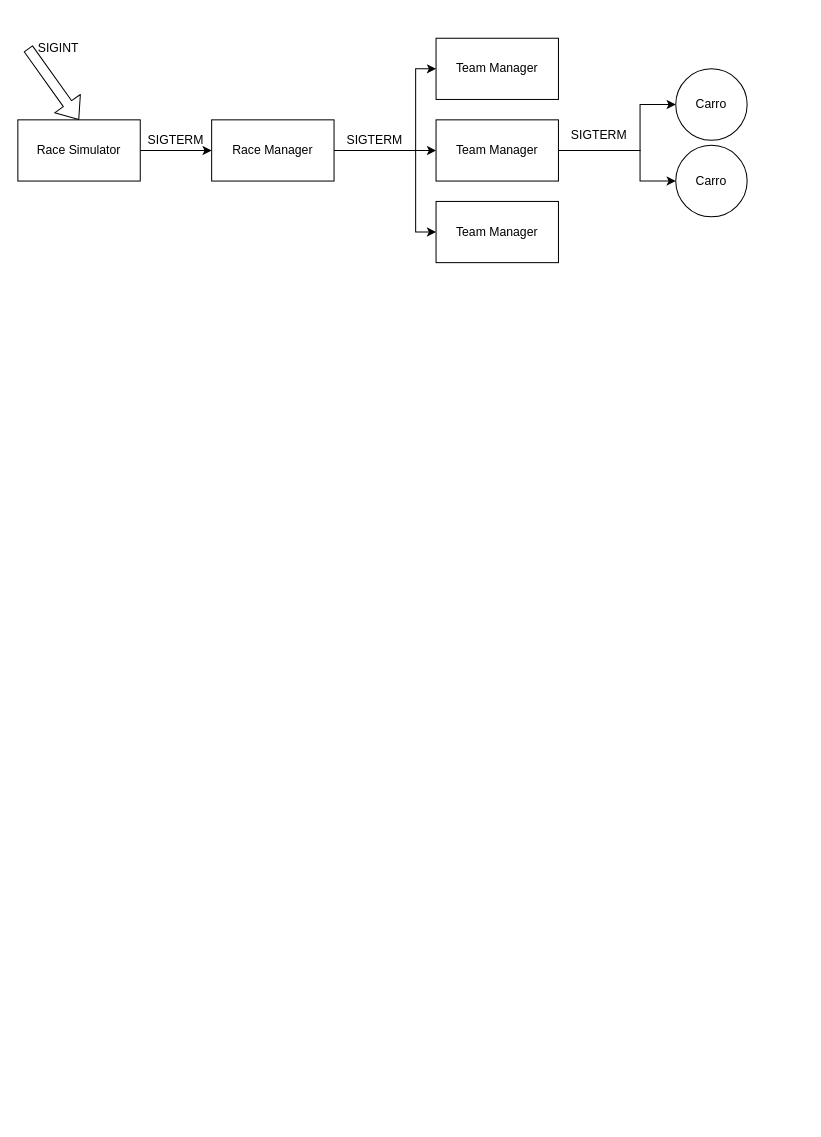
Earlier version of the draw.io diagram Diagrama.drawio (tomasbm07/Projeto-SO). Source tidied: cells renumbered, new cells numbered last; positions are measured from the earlier drawing's top-left corner, leaving out a move shared by most shapes. Both pictures are drawn from the tidied source at 102%, with x=0, y=0 at pixel (17, 38).
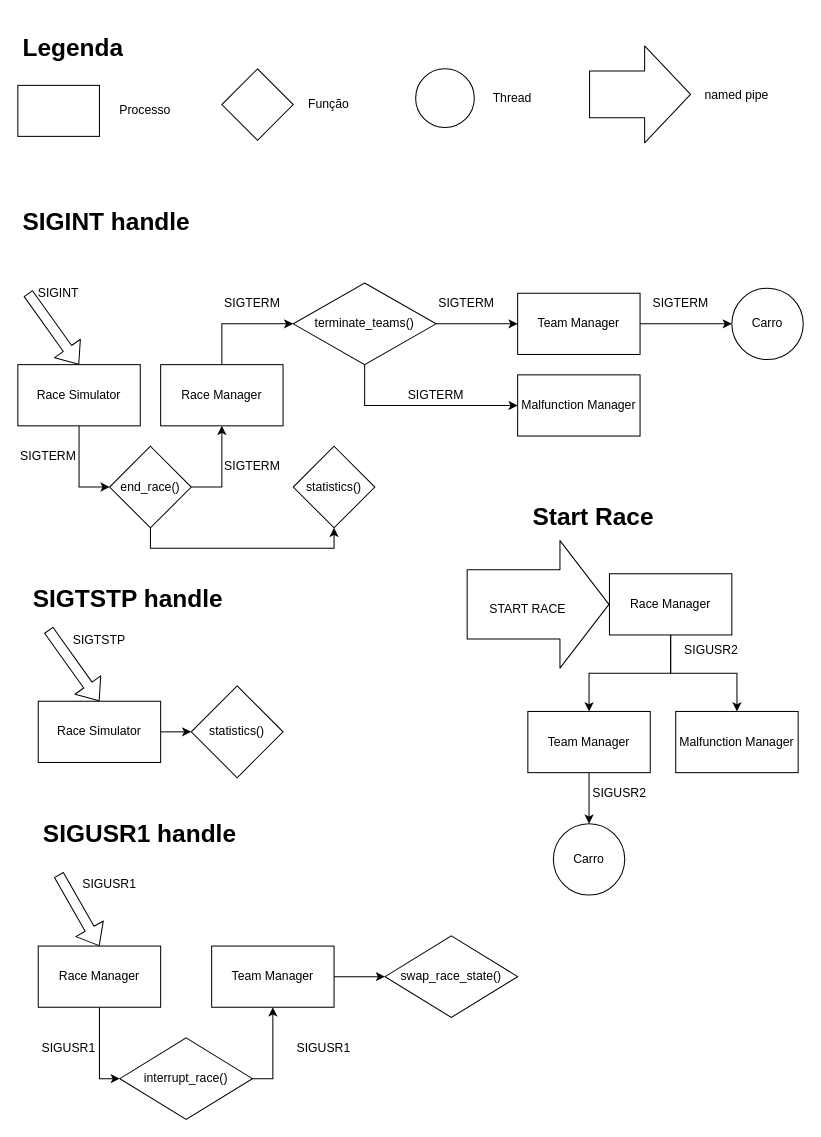
Above is the later version.

Commit message (it also covers changes not shown here):
diagrama feito

Diff of the diagram source:
```diff
@@
-    <mxCell id="2" style="edgeStyle=orthogonalEdgeStyle;rounded=0;jettySize=auto;html=1;" parent="1" edge="1" source="3" target="9">
-      <mxGeometry relative="1" as="geometry">
-        <Array as="points">
-          <mxPoint x="200" y="110" />
-          <mxPoint x="200" y="110" />
-        </Array>
-      </mxGeometry>
-    </mxCell>
+    <mxCell id="20" style="edgeStyle=orthogonalEdgeStyle;rounded=0;jettySize=auto;html=1;entryX=0;entryY=0.5;entryDx=0;entryDy=0;" parent="1" edge="1" source="3" target="25">
+      <mxGeometry relative="1" as="geometry" />
+    </mxCell>
     <mxCell id="3" value="Race Simulator" style="rounded=0;whiteSpace=wrap;html=1;" parent="1" vertex="1">
-      <mxGeometry y="80" width="120" height="60" as="geometry" />
+      <mxGeometry y="320" width="120" height="60" as="geometry" />
     </mxCell>
     <mxCell id="4" value="SIGINT" style="text;html=1;strokeColor=none;fillColor=none;align=center;verticalAlign=middle;whiteSpace=wrap;rounded=0;" parent="1" vertex="1">
-      <mxGeometry x="20" width="40" height="20" as="geometry" />
+      <mxGeometry x="20" y="240" width="40" height="20" as="geometry" />
     </mxCell>
     <mxCell id="5" style="shape=flexArrow;endArrow=classic;html=1;entryX=0.5;entryY=0;entryDx=0;entryDy=0;" parent="1" edge="1" target="3">
       <mxGeometry relative="1" as="geometry">
-        <mxPoint x="10" y="10" as="sourcePoint" />
+        <mxPoint x="10" y="250" as="sourcePoint" />
       </mxGeometry>
     </mxCell>
-    <mxCell id="6" style="edgeStyle=orthogonalEdgeStyle;rounded=0;jettySize=auto;html=1;" parent="1" edge="1" source="9" target="12">
-      <mxGeometry relative="1" as="geometry" />
-    </mxCell>
-    <mxCell id="7" style="edgeStyle=orthogonalEdgeStyle;rounded=0;jettySize=auto;html=1;entryX=0;entryY=0.5;entryDx=0;entryDy=0;" parent="1" edge="1" source="9" target="13">
-      <mxGeometry relative="1" as="geometry">
-        <Array as="points">
-          <mxPoint x="390" y="110" />
-          <mxPoint x="390" y="30" />
-        </Array>
-      </mxGeometry>
-    </mxCell>
-    <mxCell id="8" style="edgeStyle=orthogonalEdgeStyle;rounded=0;jettySize=auto;html=1;exitX=1;exitY=0.5;exitDx=0;exitDy=0;entryX=0;entryY=0.5;entryDx=0;entryDy=0;" parent="1" edge="1" source="9" target="14">
-      <mxGeometry relative="1" as="geometry">
-        <Array as="points">
-          <mxPoint x="390" y="110" />
-          <mxPoint x="390" y="190" />
-        </Array>
-      </mxGeometry>
-    </mxCell>
+    <mxCell id="21" style="edgeStyle=orthogonalEdgeStyle;rounded=0;jettySize=auto;html=1;exitX=0.5;exitY=0;exitDx=0;exitDy=0;entryX=0;entryY=0.5;entryDx=0;entryDy=0;" parent="1" edge="1" source="9" target="30">
+      <mxGeometry relative="1" as="geometry" />
+    </mxCell>
     <mxCell id="9" value="Race Manager" style="rounded=0;whiteSpace=wrap;html=1;" parent="1" vertex="1">
-      <mxGeometry x="190" y="80" width="120" height="60" as="geometry" />
+      <mxGeometry x="140" y="320" width="120" height="60" as="geometry" />
     </mxCell>
-    <mxCell id="10" style="edgeStyle=orthogonalEdgeStyle;rounded=0;jettySize=auto;html=1;entryX=0;entryY=0.5;entryDx=0;entryDy=0;" parent="1" edge="1" source="12" target="17">
-      <mxGeometry relative="1" as="geometry">
-        <Array as="points">
-          <mxPoint x="610" y="110" />
-          <mxPoint x="610" y="65" />
-        </Array>
-      </mxGeometry>
-    </mxCell>
-    <mxCell id="11" style="edgeStyle=orthogonalEdgeStyle;rounded=0;jettySize=auto;html=1;entryX=0;entryY=0.5;entryDx=0;entryDy=0;" parent="1" edge="1" source="12" target="18">
-      <mxGeometry relative="1" as="geometry">
-        <Array as="points">
-          <mxPoint x="610" y="110" />
-          <mxPoint x="610" y="140" />
-        </Array>
-      </mxGeometry>
-    </mxCell>
-    <mxCell id="12" value="Team Manager" style="rounded=0;whiteSpace=wrap;html=1;" parent="1" vertex="1">
-      <mxGeometry x="410" y="80" width="120" height="60" as="geometry" />
-    </mxCell>
+    <mxCell id="22" style="edgeStyle=orthogonalEdgeStyle;rounded=0;jettySize=auto;html=1;exitX=1;exitY=0.5;exitDx=0;exitDy=0;entryX=0;entryY=0.5;entryDx=0;entryDy=0;" parent="1" edge="1" source="13" target="17">
+      <mxGeometry relative="1" as="geometry" />
+    </mxCell>
     <mxCell id="13" value="Team Manager" style="rounded=0;whiteSpace=wrap;html=1;" parent="1" vertex="1">
-      <mxGeometry x="410" width="120" height="60" as="geometry" />
+      <mxGeometry x="490" y="250" width="120" height="60" as="geometry" />
     </mxCell>
-    <mxCell id="14" value="Team Manager" style="rounded=0;whiteSpace=wrap;html=1;" parent="1" vertex="1">
-      <mxGeometry x="410" y="160" width="120" height="60" as="geometry" />
-    </mxCell>
-    <mxCell id="15" value="SIGTERM" style="text;html=1;strokeColor=none;fillColor=none;align=center;verticalAlign=middle;whiteSpace=wrap;rounded=0;" parent="1" vertex="1">
-      <mxGeometry x="135" y="90" width="40" height="20" as="geometry" />
-    </mxCell>
     <mxCell id="16" value="SIGTERM" style="text;html=1;strokeColor=none;fillColor=none;align=center;verticalAlign=middle;whiteSpace=wrap;rounded=0;" parent="1" vertex="1">
-      <mxGeometry x="330" y="90" width="40" height="20" as="geometry" />
+      <mxGeometry x="210" y="250" width="40" height="20" as="geometry" />
     </mxCell>
     <mxCell id="17" value="Carro" style="ellipse;whiteSpace=wrap;html=1;" parent="1" vertex="1">
-      <mxGeometry x="645" y="30" width="70" height="70" as="geometry" />
+      <mxGeometry x="700" y="245" width="70" height="70" as="geometry" />
     </mxCell>
+    <mxCell id="23" style="edgeStyle=orthogonalEdgeStyle;rounded=0;jettySize=auto;html=1;exitX=1;exitY=0.5;exitDx=0;exitDy=0;entryX=0.5;entryY=1;entryDx=0;entryDy=0;" parent="1" edge="1" source="25" target="9">
+      <mxGeometry relative="1" as="geometry" />
+    </mxCell>
+    <mxCell id="24" style="edgeStyle=orthogonalEdgeStyle;rounded=0;jettySize=auto;html=1;exitX=0.5;exitY=1;exitDx=0;exitDy=0;entryX=0.5;entryY=1;entryDx=0;entryDy=0;" parent="1" edge="1" source="25" target="56">
+      <mxGeometry relative="1" as="geometry" />
+    </mxCell>
+    <mxCell id="25" value="end_race()" style="rhombus;whiteSpace=wrap;html=1;" parent="1" vertex="1">
+      <mxGeometry x="90" y="400" width="80" height="80" as="geometry" />
+    </mxCell>
+    <mxCell id="26" value="SIGTERM" style="text;html=1;strokeColor=none;fillColor=none;align=center;verticalAlign=middle;whiteSpace=wrap;rounded=0;" parent="1" vertex="1">
+      <mxGeometry x="10" y="400" width="40" height="20" as="geometry" />
+    </mxCell>
+    <mxCell id="27" value="SIGTERM" style="text;html=1;strokeColor=none;fillColor=none;align=center;verticalAlign=middle;whiteSpace=wrap;rounded=0;" parent="1" vertex="1">
+      <mxGeometry x="210" y="410" width="40" height="20" as="geometry" />
+    </mxCell>
+    <mxCell id="28" style="edgeStyle=orthogonalEdgeStyle;rounded=0;jettySize=auto;html=1;exitX=1;exitY=0.5;exitDx=0;exitDy=0;entryX=0;entryY=0.5;entryDx=0;entryDy=0;" parent="1" edge="1" source="30" target="13">
+      <mxGeometry relative="1" as="geometry" />
+    </mxCell>
+    <mxCell id="29" style="edgeStyle=orthogonalEdgeStyle;rounded=0;jettySize=auto;html=1;exitX=0.5;exitY=1;exitDx=0;exitDy=0;entryX=0;entryY=0.5;entryDx=0;entryDy=0;" parent="1" edge="1" source="30" target="33">
+      <mxGeometry relative="1" as="geometry" />
+    </mxCell>
+    <mxCell id="30" value="terminate_teams()" style="rhombus;whiteSpace=wrap;html=1;" parent="1" vertex="1">
+      <mxGeometry x="270" y="240" width="140" height="80" as="geometry" />
+    </mxCell>
+    <mxCell id="31" value="SIGTERM" style="text;html=1;strokeColor=none;fillColor=none;align=center;verticalAlign=middle;whiteSpace=wrap;rounded=0;" parent="1" vertex="1">
+      <mxGeometry x="420" y="250" width="40" height="20" as="geometry" />
+    </mxCell>
+    <mxCell id="32" value="SIGTERM" style="text;html=1;strokeColor=none;fillColor=none;align=center;verticalAlign=middle;whiteSpace=wrap;rounded=0;" parent="1" vertex="1">
+      <mxGeometry x="630" y="250" width="40" height="20" as="geometry" />
+    </mxCell>
+    <mxCell id="33" value="Malfunction Manager" style="rounded=0;whiteSpace=wrap;html=1;" parent="1" vertex="1">
+      <mxGeometry x="490" y="330" width="120" height="60" as="geometry" />
+    </mxCell>
+    <mxCell id="34" value="SIGTERM" style="text;html=1;strokeColor=none;fillColor=none;align=center;verticalAlign=middle;whiteSpace=wrap;rounded=0;" parent="1" vertex="1">
+      <mxGeometry x="390" y="340" width="40" height="20" as="geometry" />
+    </mxCell>
+    <mxCell id="35" style="rounded=0;whiteSpace=wrap;html=1;" parent="1" vertex="1">
+      <mxGeometry y="46.2" width="80" height="50" as="geometry" />
+    </mxCell>
+    <mxCell id="36" style="rhombus;whiteSpace=wrap;html=1;" parent="1" vertex="1">
+      <mxGeometry x="200" y="30" width="70" height="70" as="geometry" />
+    </mxCell>
+    <mxCell id="37" style="ellipse;whiteSpace=wrap;html=1;" parent="1" vertex="1">
+      <mxGeometry x="390" y="30" width="57.5" height="57.5" as="geometry" />
+    </mxCell>
+    <mxCell id="38" value="Processo" style="text;html=1;strokeColor=none;fillColor=none;align=center;verticalAlign=middle;whiteSpace=wrap;rounded=0;" parent="1" vertex="1">
+      <mxGeometry x="80" y="61.2" width="90" height="20" as="geometry" />
+    </mxCell>
+    <mxCell id="39" value="Função" style="text;html=1;strokeColor=none;fillColor=none;align=center;verticalAlign=middle;whiteSpace=wrap;rounded=0;" parent="1" vertex="1">
+      <mxGeometry x="260" y="55" width="90" height="20" as="geometry" />
+    </mxCell>
+    <mxCell id="40" value="Thread" style="text;html=1;strokeColor=none;fillColor=none;align=center;verticalAlign=middle;whiteSpace=wrap;rounded=0;" parent="1" vertex="1">
+      <mxGeometry x="440" y="48.8" width="90" height="20" as="geometry" />
+    </mxCell>
+    <mxCell id="41" value="&lt;h1&gt;SIGINT handle&lt;br&gt;&lt;/h1&gt;" style="text;html=1;strokeColor=none;fillColor=none;spacing=5;spacingTop=-20;whiteSpace=wrap;overflow=hidden;rounded=0;" parent="1" vertex="1">
+      <mxGeometry y="160" width="220" height="50" as="geometry" />
+    </mxCell>
+    <mxCell id="42" value="&lt;h1&gt;Legenda&lt;br&gt;&lt;/h1&gt;" style="text;html=1;strokeColor=none;fillColor=none;spacing=5;spacingTop=-20;whiteSpace=wrap;overflow=hidden;rounded=0;" parent="1" vertex="1">
+      <mxGeometry y="-10" width="220" height="50" as="geometry" />
+    </mxCell>
+    <mxCell id="43" style="edgeStyle=orthogonalEdgeStyle;rounded=0;jettySize=auto;html=1;exitX=1;exitY=0.5;exitDx=0;exitDy=0;entryX=0;entryY=0.5;entryDx=0;entryDy=0;" parent="1" edge="1" source="44" target="48">
+      <mxGeometry relative="1" as="geometry" />
+    </mxCell>
+    <mxCell id="44" value="Race Simulator" style="rounded=0;whiteSpace=wrap;html=1;" parent="1" vertex="1">
+      <mxGeometry x="20" y="650" width="120" height="60" as="geometry" />
+    </mxCell>
+    <mxCell id="45" style="shape=flexArrow;endArrow=classic;html=1;entryX=0.5;entryY=0;entryDx=0;entryDy=0;" parent="1" edge="1" target="44">
+      <mxGeometry relative="1" as="geometry">
+        <mxPoint x="30" y="580" as="sourcePoint" />
+      </mxGeometry>
+    </mxCell>
+    <mxCell id="46" value="&lt;h1&gt;SIGTSTP handle&lt;br&gt;&lt;/h1&gt;" style="text;html=1;strokeColor=none;fillColor=none;spacing=5;spacingTop=-20;whiteSpace=wrap;overflow=hidden;rounded=0;" parent="1" vertex="1">
+      <mxGeometry x="10" y="530" width="220" height="50" as="geometry" />
+    </mxCell>
+    <mxCell id="47" value="SIGTSTP" style="text;html=1;strokeColor=none;fillColor=none;align=center;verticalAlign=middle;whiteSpace=wrap;rounded=0;" parent="1" vertex="1">
+      <mxGeometry x="60" y="580" width="40" height="20" as="geometry" />
+    </mxCell>
+    <mxCell id="48" value="statistics()" style="rhombus;whiteSpace=wrap;html=1;" parent="1" vertex="1">
+      <mxGeometry x="170" y="635" width="90" height="90" as="geometry" />
+    </mxCell>
+    <mxCell id="49" style="edgeStyle=orthogonalEdgeStyle;rounded=0;jettySize=auto;html=1;exitX=0.5;exitY=1;exitDx=0;exitDy=0;entryX=0;entryY=0.5;entryDx=0;entryDy=0;" parent="1" edge="1" source="50" target="55">
+      <mxGeometry relative="1" as="geometry" />
+    </mxCell>
+    <mxCell id="50" value="Race Manager" style="rounded=0;whiteSpace=wrap;html=1;" parent="1" vertex="1">
+      <mxGeometry x="20" y="890" width="120" height="60" as="geometry" />
+    </mxCell>
+    <mxCell id="51" style="shape=flexArrow;endArrow=classic;html=1;entryX=0.5;entryY=0;entryDx=0;entryDy=0;" parent="1" edge="1" target="50">
+      <mxGeometry relative="1" as="geometry">
+        <mxPoint x="40" y="820" as="sourcePoint" />
+      </mxGeometry>
+    </mxCell>
+    <mxCell id="52" value="&lt;h1&gt;SIGUSR1 handle&lt;br&gt;&lt;/h1&gt;" style="text;html=1;strokeColor=none;fillColor=none;spacing=5;spacingTop=-20;whiteSpace=wrap;overflow=hidden;rounded=0;" parent="1" vertex="1">
+      <mxGeometry x="20" y="760" width="220" height="50" as="geometry" />
+    </mxCell>
+    <mxCell id="53" value="SIGUSR1" style="text;html=1;strokeColor=none;fillColor=none;align=center;verticalAlign=middle;whiteSpace=wrap;rounded=0;" parent="1" vertex="1">
+      <mxGeometry x="70" y="820" width="40" height="20" as="geometry" />
+    </mxCell>
+    <mxCell id="54" style="edgeStyle=orthogonalEdgeStyle;rounded=0;jettySize=auto;html=1;exitX=1;exitY=0.5;exitDx=0;exitDy=0;entryX=0.5;entryY=1;entryDx=0;entryDy=0;" parent="1" edge="1" source="55" target="58">
+      <mxGeometry relative="1" as="geometry" />
+    </mxCell>
+    <mxCell id="55" value="interrupt_race()" style="rhombus;whiteSpace=wrap;html=1;" parent="1" vertex="1">
+      <mxGeometry x="100" y="980" width="130" height="80" as="geometry" />
+    </mxCell>
+    <mxCell id="56" value="statistics()" style="rhombus;whiteSpace=wrap;html=1;" parent="1" vertex="1">
+      <mxGeometry x="270" y="400" width="80" height="80" as="geometry" />
+    </mxCell>
+    <mxCell id="57" style="edgeStyle=orthogonalEdgeStyle;rounded=0;jettySize=auto;html=1;exitX=1;exitY=0.5;exitDx=0;exitDy=0;entryX=0;entryY=0.5;entryDx=0;entryDy=0;" parent="1" edge="1" source="58" target="59">
+      <mxGeometry relative="1" as="geometry" />
+    </mxCell>
+    <mxCell id="58" value="Team Manager" style="rounded=0;whiteSpace=wrap;html=1;" parent="1" vertex="1">
+      <mxGeometry x="190" y="890" width="120" height="60" as="geometry" />
+    </mxCell>
+    <mxCell id="59" value="swap_race_state()" style="rhombus;whiteSpace=wrap;html=1;" parent="1" vertex="1">
+      <mxGeometry x="360" y="880" width="130" height="80" as="geometry" />
+    </mxCell>
+    <mxCell id="60" value="SIGUSR1" style="text;html=1;strokeColor=none;fillColor=none;align=center;verticalAlign=middle;whiteSpace=wrap;rounded=0;" parent="1" vertex="1">
+      <mxGeometry x="30" y="980" width="40" height="20" as="geometry" />
+    </mxCell>
+    <mxCell id="61" value="SIGUSR1" style="text;html=1;strokeColor=none;fillColor=none;align=center;verticalAlign=middle;whiteSpace=wrap;rounded=0;" parent="1" vertex="1">
+      <mxGeometry x="280" y="980" width="40" height="20" as="geometry" />
+    </mxCell>
+    <mxCell id="62" value="&lt;h1&gt;Start Race&lt;br&gt;&lt;/h1&gt;" style="text;html=1;strokeColor=none;fillColor=none;spacing=5;spacingTop=-20;whiteSpace=wrap;overflow=hidden;rounded=0;" parent="1" vertex="1">
+      <mxGeometry x="500" y="450" width="130" height="50" as="geometry" />
+    </mxCell>
+    <mxCell id="63" style="edgeStyle=orthogonalEdgeStyle;rounded=0;jettySize=auto;html=1;exitX=0.5;exitY=1;exitDx=0;exitDy=0;entryX=0.5;entryY=0;entryDx=0;entryDy=0;" parent="1" edge="1" source="65" target="71">
+      <mxGeometry relative="1" as="geometry" />
+    </mxCell>
+    <mxCell id="64" style="edgeStyle=orthogonalEdgeStyle;rounded=0;jettySize=auto;html=1;exitX=0.5;exitY=1;exitDx=0;exitDy=0;entryX=0.5;entryY=0;entryDx=0;entryDy=0;" parent="1" edge="1" source="65" target="72">
+      <mxGeometry relative="1" as="geometry" />
+    </mxCell>
+    <mxCell id="65" value="Race Manager" style="rounded=0;whiteSpace=wrap;html=1;" parent="1" vertex="1">
+      <mxGeometry x="580" y="525" width="120" height="60" as="geometry" />
+    </mxCell>
+    <mxCell id="66" style="shape=flexArrow;endArrow=classic;html=1;endWidth=56;endSize=15.67;width=68;entryX=0;entryY=0.5;entryDx=0;entryDy=0;" parent="1" edge="1" target="65">
+      <mxGeometry relative="1" as="geometry">
+        <mxPoint x="440" y="555" as="sourcePoint" />
+      </mxGeometry>
+    </mxCell>
+    <mxCell id="67" value="START RACE" style="text;html=1;strokeColor=none;fillColor=none;align=center;verticalAlign=middle;whiteSpace=wrap;rounded=0;" parent="1" vertex="1">
+      <mxGeometry x="450" y="550" width="100" height="20" as="geometry" />
+    </mxCell>
+    <mxCell id="68" style="shape=flexArrow;endArrow=classic;html=1;endWidth=48;endSize=14.67;width=46;" parent="1" edge="1">
+      <mxGeometry relative="1" as="geometry">
+        <mxPoint x="560" y="55" as="sourcePoint" />
+        <mxPoint x="660" y="55" as="targetPoint" />
+      </mxGeometry>
+    </mxCell>
+    <mxCell id="69" value="named pipe" style="text;html=1;strokeColor=none;fillColor=none;align=center;verticalAlign=middle;whiteSpace=wrap;rounded=0;" parent="1" vertex="1">
+      <mxGeometry x="660" y="46.2" width="90" height="20" as="geometry" />
+    </mxCell>
+    <mxCell id="70" style="edgeStyle=orthogonalEdgeStyle;rounded=0;jettySize=auto;html=1;exitX=0.5;exitY=1;exitDx=0;exitDy=0;entryX=0.5;entryY=0;entryDx=0;entryDy=0;" parent="1" edge="1" source="71" target="18">
+      <mxGeometry relative="1" as="geometry" />
+    </mxCell>
+    <mxCell id="71" value="Team Manager" style="rounded=0;whiteSpace=wrap;html=1;" parent="1" vertex="1">
+      <mxGeometry x="500" y="660" width="120" height="60" as="geometry" />
+    </mxCell>
+    <mxCell id="72" value="Malfunction Manager" style="rounded=0;whiteSpace=wrap;html=1;" parent="1" vertex="1">
+      <mxGeometry x="645" y="660" width="120" height="60" as="geometry" />
+    </mxCell>
     <mxCell id="18" value="Carro" style="ellipse;whiteSpace=wrap;html=1;" parent="1" vertex="1">
-      <mxGeometry x="645" y="105" width="70" height="70" as="geometry" />
+      <mxGeometry x="525" y="770" width="70" height="70" as="geometry" />
     </mxCell>
-    <mxCell id="19" value="SIGTERM" style="text;html=1;strokeColor=none;fillColor=none;align=center;verticalAlign=middle;whiteSpace=wrap;rounded=0;" parent="1" vertex="1">
-      <mxGeometry x="550" y="85" width="40" height="20" as="geometry" />
-    </mxCell>
+    <mxCell id="73" value="SIGUSR2" style="text;html=1;strokeColor=none;fillColor=none;align=center;verticalAlign=middle;whiteSpace=wrap;rounded=0;" parent="1" vertex="1">
+      <mxGeometry x="660" y="590" width="40" height="20" as="geometry" />
+    </mxCell>
+    <mxCell id="74" value="SIGUSR2" style="text;html=1;strokeColor=none;fillColor=none;align=center;verticalAlign=middle;whiteSpace=wrap;rounded=0;" parent="1" vertex="1">
+      <mxGeometry x="570" y="730" width="40" height="20" as="geometry" />
+    </mxCell>
```
